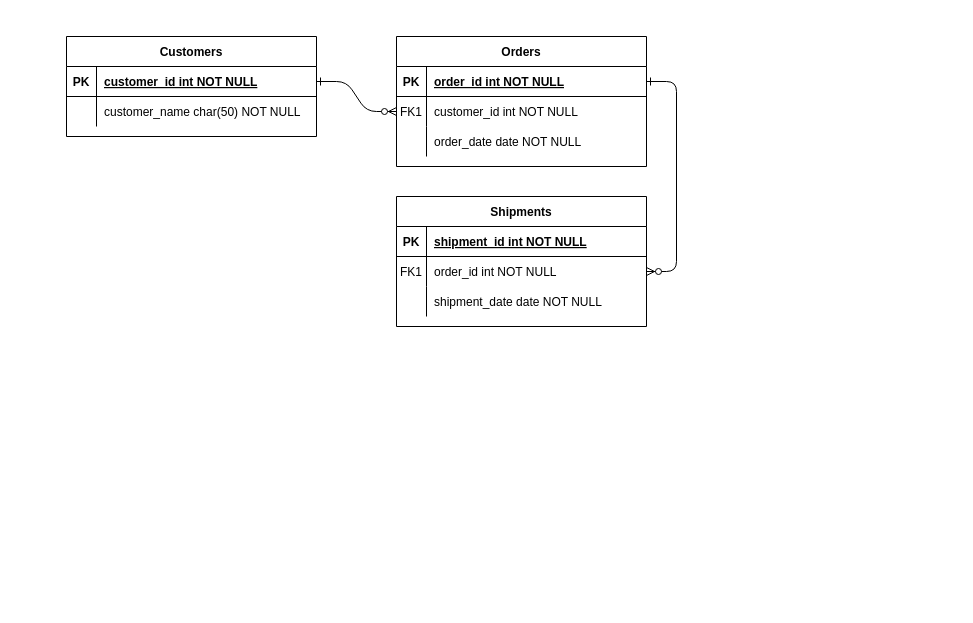
Earlier version of the draw.io diagram 제목 없는 다이어그램.drawio (dkwktm45/Toy-Project). Source tidied: cells renumbered, new cells numbered last; positions are measured from the earlier drawing's top-left corner, leaving out a move shared by most shapes. Both pictures are drawn from the tidied source at 100%, with x=0, y=0 at pixel (66, 36).
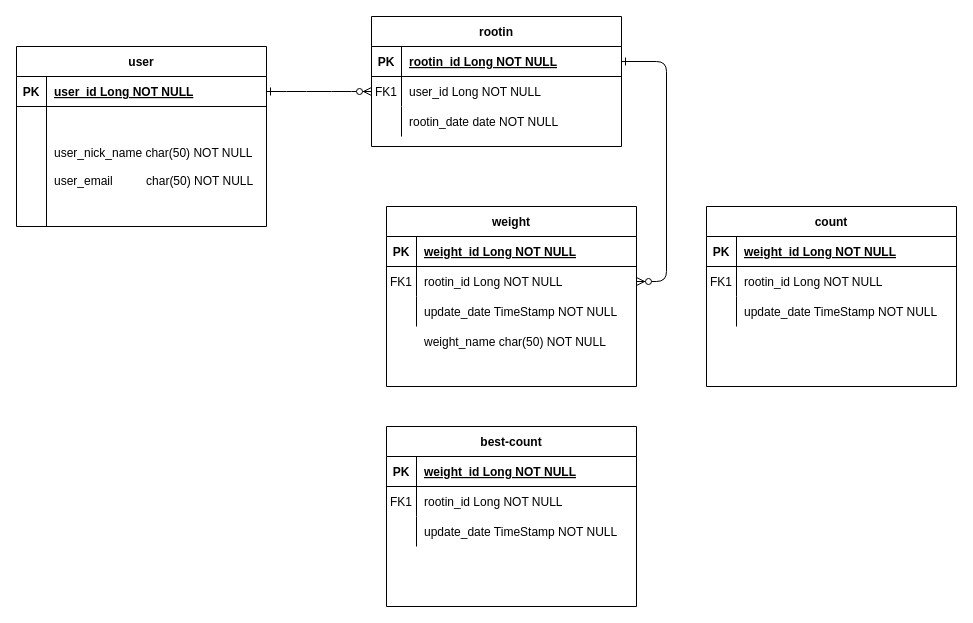
Above is the later version.

Commit message:
제목 없는 다이어그램.drawio 업데이트

The change refers to these unchanged cells:
```xml
<mxCell id="5" style="shape=partialRectangle;fillColor=none;points=[[0,0.5],[1,0.5]];portConstraint=eastwest;top=0;left=0;right=0;bottom=1;" parent="4" vertex="1">
  <mxGeometry y="30" width="250" height="30" as="geometry" />
</mxCell>
<mxCell id="8" style="shape=partialRectangle;fillColor=none;points=[[0,0.5],[1,0.5]];portConstraint=eastwest;top=0;left=0;right=0;bottom=0;" parent="4" vertex="1">
  <mxGeometry y="60" width="250" height="30" as="geometry" />
</mxCell>
<mxCell id="11" style="shape=partialRectangle;fillColor=none;top=0;left=0;right=0;bottom=0;" parent="4" vertex="1">
  <mxGeometry y="90" width="250" height="30" as="geometry" />
</mxCell>
<mxCell id="15" style="shape=partialRectangle;fillColor=none;top=0;left=0;right=0;bottom=1;" parent="14" vertex="1">
  <mxGeometry y="30" width="250" height="30" as="geometry" />
</mxCell>
<mxCell id="18" style="shape=partialRectangle;fillColor=none;points=[[0,0.5],[1,0.5]];portConstraint=eastwest;top=0;left=0;right=0;bottom=0;" parent="14" vertex="1">
  <mxGeometry y="60" width="250" height="30" as="geometry" />
</mxCell>
<mxCell id="21" style="shape=partialRectangle;fillColor=none;top=0;left=0;right=0;bottom=0;" parent="14" vertex="1">
  <mxGeometry y="90" width="250" height="30" as="geometry" />
</mxCell>
<mxCell id="25" style="shape=partialRectangle;fillColor=none;points=[[0,0.5],[1,0.5]];portConstraint=eastwest;top=0;left=0;right=0;bottom=1;" parent="24" vertex="1">
  <mxGeometry y="30" width="250" height="30" as="geometry" />
</mxCell>
```

Change to the diagram source:
```diff
@@
-    <mxCell id="4" value="Orders" style="shape=table;startSize=30;childLayout=tableLayout;rowLines=0;fontStyle=1;align=center;" parent="1" vertex="1">
-      <mxGeometry x="330" width="250" height="130" as="geometry" />
+    <mxCell id="4" value="rootin" style="shape=table;startSize=30;childLayout=tableLayout;rowLines=0;fontStyle=1;align=center;" parent="1" vertex="1">
+      <mxGeometry x="305" y="-20" width="250" height="130" as="geometry" />
     </mxCell>
@@
-    <mxCell id="7" value="order_id int NOT NULL " style="shape=partialRectangle;overflow=hidden;fillColor=none;top=0;left=0;bottom=0;right=0;align=left;spacingLeft=6;fontStyle=5;" parent="5" vertex="1">
+    <mxCell id="7" value="rootin_id Long NOT NULL " style="shape=partialRectangle;overflow=hidden;fillColor=none;top=0;left=0;bottom=0;right=0;align=left;spacingLeft=6;fontStyle=5;" parent="5" vertex="1">
       <mxGeometry x="30" width="220" height="30" as="geometry" />
     </mxCell>
@@
-    <mxCell id="10" value="customer_id int NOT NULL" style="shape=partialRectangle;overflow=hidden;fillColor=none;top=0;left=0;bottom=0;right=0;align=left;spacingLeft=6;" parent="8" vertex="1">
+    <mxCell id="10" value="user_id Long NOT NULL" style="shape=partialRectangle;overflow=hidden;fillColor=none;top=0;left=0;bottom=0;right=0;align=left;spacingLeft=6;" parent="8" vertex="1">
       <mxGeometry x="30" width="220" height="30" as="geometry" />
     </mxCell>
@@
-    <mxCell id="13" value="order_date date NOT NULL" style="shape=partialRectangle;overflow=hidden;fillColor=none;top=0;left=0;bottom=0;right=0;align=left;spacingLeft=6;" parent="11" vertex="1">
+    <mxCell id="13" value="rootin_date date NOT NULL" style="shape=partialRectangle;overflow=hidden;fillColor=none;top=0;left=0;bottom=0;right=0;align=left;spacingLeft=6;" parent="11" vertex="1">
       <mxGeometry x="30" width="220" height="30" as="geometry" />
     </mxCell>
-    <mxCell id="14" value="Shipments" style="shape=table;startSize=30;childLayout=tableLayout;rowLines=0;fontStyle=1;align=center;" parent="1" vertex="1">
-      <mxGeometry x="330" y="160" width="250" height="130" as="geometry" />
+    <mxCell id="14" value="weight" style="shape=table;startSize=30;childLayout=tableLayout;rowLines=0;fontStyle=1;align=center;" parent="1" vertex="1">
+      <mxGeometry x="320" y="170" width="250" height="180" as="geometry" />
     </mxCell>
@@
-    <mxCell id="17" value="shipment_id int NOT NULL " style="shape=partialRectangle;overflow=hidden;fillColor=none;top=0;left=0;bottom=0;right=0;align=left;spacingLeft=6;fontStyle=5;" parent="15" vertex="1">
+    <mxCell id="17" value="weight_id Long NOT NULL " style="shape=partialRectangle;overflow=hidden;fillColor=none;top=0;left=0;bottom=0;right=0;align=left;spacingLeft=6;fontStyle=5;" parent="15" vertex="1">
       <mxGeometry x="30" width="220" height="30" as="geometry" />
     </mxCell>
@@
-    <mxCell id="20" value="order_id int NOT NULL" style="shape=partialRectangle;overflow=hidden;fillColor=none;top=0;left=0;bottom=0;right=0;align=left;spacingLeft=6;" parent="18" vertex="1">
+    <mxCell id="20" value="rootin_id Long NOT NULL" style="shape=partialRectangle;overflow=hidden;fillColor=none;top=0;left=0;bottom=0;right=0;align=left;spacingLeft=6;" parent="18" vertex="1">
       <mxGeometry x="30" width="220" height="30" as="geometry" />
     </mxCell>
@@
-    <mxCell id="23" value="shipment_date date NOT NULL" style="shape=partialRectangle;overflow=hidden;fillColor=none;top=0;left=0;bottom=0;right=0;align=left;spacingLeft=6;" parent="21" vertex="1">
+    <mxCell id="23" value="update_date TimeStamp NOT NULL" style="shape=partialRectangle;overflow=hidden;fillColor=none;top=0;left=0;bottom=0;right=0;align=left;spacingLeft=6;" parent="21" vertex="1">
       <mxGeometry x="30" width="220" height="30" as="geometry" />
     </mxCell>
-    <mxCell id="24" value="Customers" style="shape=table;startSize=30;childLayout=tableLayout;rowLines=0;fontStyle=1;align=center;" parent="1" vertex="1">
-      <mxGeometry width="250" height="100" as="geometry" />
+    <mxCell id="24" value="user" style="shape=table;startSize=30;childLayout=tableLayout;rowLines=0;fontStyle=1;align=center;" parent="1" vertex="1">
+      <mxGeometry x="-50" y="10" width="250" height="180" as="geometry" />
     </mxCell>
@@
-    <mxCell id="27" value="customer_id int NOT NULL " style="shape=partialRectangle;overflow=hidden;fillColor=none;top=0;left=0;bottom=0;right=0;align=left;spacingLeft=6;fontStyle=5;" parent="25" vertex="1">
+    <mxCell id="27" value="user_id Long NOT NULL " style="shape=partialRectangle;overflow=hidden;fillColor=none;top=0;left=0;bottom=0;right=0;align=left;spacingLeft=6;fontStyle=5;" parent="25" vertex="1">
       <mxGeometry x="30" width="220" height="30" as="geometry" />
     </mxCell>
     <mxCell id="28" style="shape=partialRectangle;fillColor=none;top=0;left=0;right=0;bottom=0;" parent="24" vertex="1">
-      <mxGeometry y="60" width="250" height="30" as="geometry" />
+      <mxGeometry y="60" width="250" height="120" as="geometry" />
     </mxCell>
     <mxCell id="29" style="shape=partialRectangle;overflow=hidden;fillColor=none;top=0;left=0;bottom=0;right=0;" parent="28" vertex="1">
-      <mxGeometry width="30" height="30" as="geometry" />
+      <mxGeometry width="30" height="120" as="geometry" />
     </mxCell>
-    <mxCell id="30" value="customer_name char(50) NOT NULL" style="shape=partialRectangle;overflow=hidden;fillColor=none;top=0;left=0;bottom=0;right=0;align=left;spacingLeft=6;" parent="28" vertex="1">
-      <mxGeometry x="30" width="220" height="30" as="geometry" />
+    <mxCell id="30" value="user_nick_name char(50) NOT NULL&#10;&#10;user_email          char(50) NOT NULL" style="shape=partialRectangle;overflow=hidden;fillColor=none;top=0;left=0;bottom=0;right=0;align=left;spacingLeft=6;" parent="28" vertex="1">
+      <mxGeometry x="30" width="220" height="120" as="geometry" />
     </mxCell>
+    <mxCell id="31" value="weight_name char(50) NOT NULL" style="shape=partialRectangle;overflow=hidden;fillColor=none;top=0;left=0;bottom=0;right=0;align=left;spacingLeft=6;" parent="1" vertex="1">
+      <mxGeometry x="350" y="290" width="220" height="30" as="geometry" />
+    </mxCell>
+    <mxCell id="32" style="shape=partialRectangle;overflow=hidden;fillColor=none;top=0;left=0;bottom=0;right=0;" parent="1" vertex="1">
+      <mxGeometry x="600" y="70" width="30" height="30" as="geometry" />
+    </mxCell>
+    <mxCell id="33" value="count" style="shape=table;startSize=30;childLayout=tableLayout;rowLines=0;fontStyle=1;align=center;" parent="1" vertex="1">
+      <mxGeometry x="640" y="170" width="250" height="180" as="geometry" />
+    </mxCell>
+    <mxCell id="34" style="shape=partialRectangle;fillColor=none;top=0;left=0;right=0;bottom=1;" parent="33" vertex="1">
+      <mxGeometry y="30" width="250" height="30" as="geometry" />
+    </mxCell>
+    <mxCell id="35" value="PK" style="shape=partialRectangle;overflow=hidden;fillColor=none;top=0;left=0;bottom=0;right=0;fontStyle=1;" parent="34" vertex="1">
+      <mxGeometry width="30" height="30" as="geometry" />
+    </mxCell>
+    <mxCell id="36" value="weight_id Long NOT NULL " style="shape=partialRectangle;overflow=hidden;fillColor=none;top=0;left=0;bottom=0;right=0;align=left;spacingLeft=6;fontStyle=5;" parent="34" vertex="1">
+      <mxGeometry x="30" width="220" height="30" as="geometry" />
+    </mxCell>
+    <mxCell id="37" style="shape=partialRectangle;fillColor=none;top=0;left=0;right=0;bottom=0;" parent="33" vertex="1">
+      <mxGeometry y="60" width="250" height="30" as="geometry" />
+    </mxCell>
+    <mxCell id="38" value="FK1" style="shape=partialRectangle;overflow=hidden;fillColor=none;top=0;left=0;bottom=0;right=0;" parent="37" vertex="1">
+      <mxGeometry width="30" height="30" as="geometry" />
+    </mxCell>
+    <mxCell id="39" value="rootin_id Long NOT NULL" style="shape=partialRectangle;overflow=hidden;fillColor=none;top=0;left=0;bottom=0;right=0;align=left;spacingLeft=6;" parent="37" vertex="1">
+      <mxGeometry x="30" width="220" height="30" as="geometry" />
+    </mxCell>
+    <mxCell id="40" style="shape=partialRectangle;fillColor=none;top=0;left=0;right=0;bottom=0;" parent="33" vertex="1">
+      <mxGeometry y="90" width="250" height="30" as="geometry" />
+    </mxCell>
+    <mxCell id="41" style="shape=partialRectangle;overflow=hidden;fillColor=none;top=0;left=0;bottom=0;right=0;" parent="40" vertex="1">
+      <mxGeometry width="30" height="30" as="geometry" />
+    </mxCell>
+    <mxCell id="42" value="update_date TimeStamp NOT NULL" style="shape=partialRectangle;overflow=hidden;fillColor=none;top=0;left=0;bottom=0;right=0;align=left;spacingLeft=6;" parent="40" vertex="1">
+      <mxGeometry x="30" width="220" height="30" as="geometry" />
+    </mxCell>
+    <mxCell id="43" value="best-count" style="shape=table;startSize=30;childLayout=tableLayout;rowLines=0;fontStyle=1;align=center;" parent="1" vertex="1">
+      <mxGeometry x="320" y="390" width="250" height="180" as="geometry" />
+    </mxCell>
+    <mxCell id="44" style="shape=partialRectangle;fillColor=none;top=0;left=0;right=0;bottom=1;" parent="43" vertex="1">
+      <mxGeometry y="30" width="250" height="30" as="geometry" />
+    </mxCell>
+    <mxCell id="45" value="PK" style="shape=partialRectangle;overflow=hidden;fillColor=none;top=0;left=0;bottom=0;right=0;fontStyle=1;" parent="44" vertex="1">
+      <mxGeometry width="30" height="30" as="geometry" />
+    </mxCell>
+    <mxCell id="46" value="weight_id Long NOT NULL " style="shape=partialRectangle;overflow=hidden;fillColor=none;top=0;left=0;bottom=0;right=0;align=left;spacingLeft=6;fontStyle=5;" parent="44" vertex="1">
+      <mxGeometry x="30" width="220" height="30" as="geometry" />
+    </mxCell>
+    <mxCell id="47" style="shape=partialRectangle;fillColor=none;top=0;left=0;right=0;bottom=0;" parent="43" vertex="1">
+      <mxGeometry y="60" width="250" height="30" as="geometry" />
+    </mxCell>
+    <mxCell id="48" value="FK1" style="shape=partialRectangle;overflow=hidden;fillColor=none;top=0;left=0;bottom=0;right=0;" parent="47" vertex="1">
+      <mxGeometry width="30" height="30" as="geometry" />
+    </mxCell>
+    <mxCell id="49" value="rootin_id Long NOT NULL" style="shape=partialRectangle;overflow=hidden;fillColor=none;top=0;left=0;bottom=0;right=0;align=left;spacingLeft=6;" parent="47" vertex="1">
+      <mxGeometry x="30" width="220" height="30" as="geometry" />
+    </mxCell>
+    <mxCell id="50" style="shape=partialRectangle;fillColor=none;top=0;left=0;right=0;bottom=0;" parent="43" vertex="1">
+      <mxGeometry y="90" width="250" height="30" as="geometry" />
+    </mxCell>
+    <mxCell id="51" style="shape=partialRectangle;overflow=hidden;fillColor=none;top=0;left=0;bottom=0;right=0;" parent="50" vertex="1">
+      <mxGeometry width="30" height="30" as="geometry" />
+    </mxCell>
+    <mxCell id="52" value="update_date TimeStamp NOT NULL" style="shape=partialRectangle;overflow=hidden;fillColor=none;top=0;left=0;bottom=0;right=0;align=left;spacingLeft=6;" parent="50" vertex="1">
+      <mxGeometry x="30" width="220" height="30" as="geometry" />
+    </mxCell>
```
